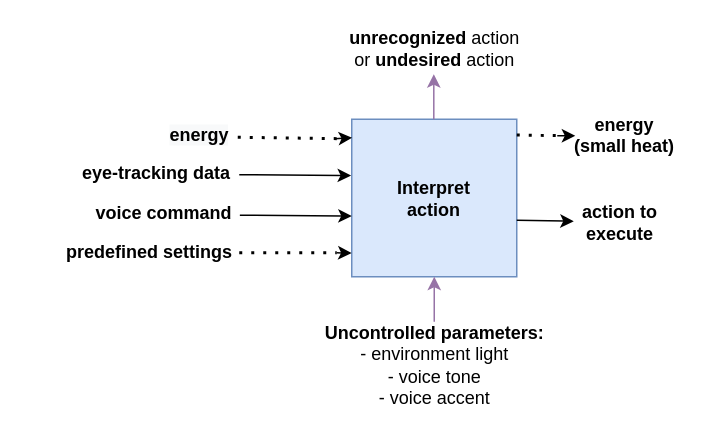
Before: MLMI10-Design_Intelligent_Interactive_Systems/diagrams_drawio/Ind_function_decomp.drawio in AlejandroSantorum/MPhil_MLMI_Cambridge, a draw.io diagram. Source tidied: cells renumbered, new cells numbered last; positions are measured from the earlier drawing's top-left corner, leaving out a move shared by most shapes. Both pictures are drawn from the tidied source at 150%, with x=0, y=0 at pixel (63, 26).
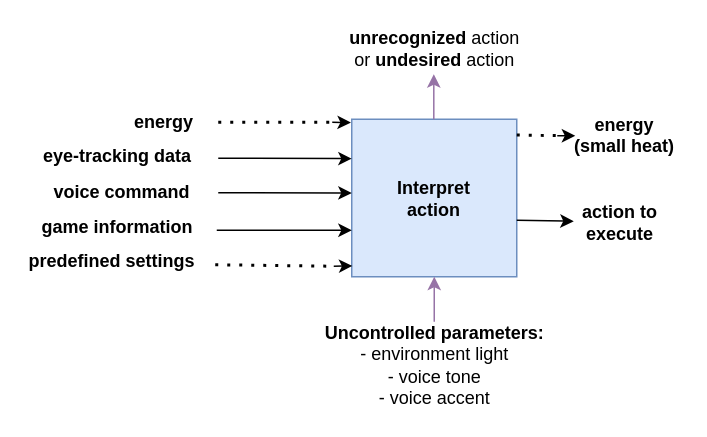
The same page after the edit.

The change refers to these unchanged cells:
```xml
<mxCell id="2" value="&lt;b&gt;Interpret&lt;br&gt;action&lt;/b&gt;" style="rounded=0;whiteSpace=wrap;html=1;fillColor=#dae8fc;strokeColor=#6c8ebf;" parent="1" vertex="1">
  <mxGeometry x="192" y="62" width="110" height="105" as="geometry" />
</mxCell>
```

Change to the diagram source:
```diff
@@
     <mxCell id="3" value="&lt;b&gt;eye-tracking data&lt;/b&gt;" style="text;html=1;strokeColor=none;fillColor=none;align=center;verticalAlign=middle;whiteSpace=wrap;rounded=0;" parent="1" vertex="1">
-      <mxGeometry x="7" y="83" width="110" height="30" as="geometry" />
+      <mxGeometry x="-19" y="72" width="110" height="30" as="geometry" />
     </mxCell>
     <mxCell id="4" value="&lt;b&gt;voice command&lt;/b&gt;" style="text;html=1;strokeColor=none;fillColor=none;align=center;verticalAlign=middle;whiteSpace=wrap;rounded=0;" parent="1" vertex="1">
-      <mxGeometry x="17" y="110" width="100" height="30" as="geometry" />
+      <mxGeometry x="-11" y="96" width="100" height="30" as="geometry" />
     </mxCell>
@@
-    <mxCell id="7" value="&lt;b style=&quot;color: rgb(0 , 0 , 0) ; font-family: &amp;#34;helvetica&amp;#34; ; font-size: 12px ; font-style: normal ; letter-spacing: normal ; text-align: center ; text-indent: 0px ; text-transform: none ; word-spacing: 0px ; background-color: rgb(248 , 249 , 250)&quot;&gt;energy&lt;br&gt;&lt;/b&gt;" style="text;whiteSpace=wrap;html=1;" parent="1" vertex="1">
-      <mxGeometry x="69" y="59" width="48" height="28" as="geometry" />
-    </mxCell>
     <mxCell id="8" value="&lt;div style=&quot;text-align: center&quot;&gt;&lt;span&gt;&lt;font face=&quot;helvetica&quot;&gt;&lt;b&gt;predefined settings&lt;/b&gt;&lt;/font&gt;&lt;/span&gt;&lt;/div&gt;" style="text;whiteSpace=wrap;html=1;" parent="1" vertex="1">
-      <mxGeometry y="137" width="119" height="28" as="geometry" />
+      <mxGeometry x="-25" y="143" width="119" height="28" as="geometry" />
     </mxCell>
     <mxCell id="9" style="endArrow=none;dashed=1;html=1;dashPattern=1 3;strokeWidth=2;rounded=0;" parent="1" edge="1">
       <mxGeometry relative="1" as="geometry">
-        <mxPoint x="116" y="74" as="sourcePoint" />
-        <mxPoint x="186" y="75" as="targetPoint" />
+        <mxPoint x="103" y="64" as="sourcePoint" />
+        <mxPoint x="178" y="64" as="targetPoint" />
       </mxGeometry>
     </mxCell>
-    <mxCell id="10" style="endArrow=classic;html=1;rounded=0;entryX=-0.004;entryY=0.357;entryDx=0;entryDy=0;entryPerimeter=0;" parent="1" edge="1" target="2">
+    <mxCell id="10" style="endArrow=classic;html=1;rounded=0;entryX=0;entryY=0.25;entryDx=0;entryDy=0;" parent="1" edge="1" target="2">
       <mxGeometry relative="1" as="geometry">
-        <mxPoint x="117" y="99" as="sourcePoint" />
+        <mxPoint x="103" y="88" as="sourcePoint" />
       </mxGeometry>
     </mxCell>
-    <mxCell id="11" style="endArrow=classic;html=1;rounded=0;entryX=-0.004;entryY=0.357;entryDx=0;entryDy=0;entryPerimeter=0;" parent="1" edge="1">
+    <mxCell id="11" style="endArrow=classic;html=1;rounded=0;entryX=0;entryY=0.468;entryDx=0;entryDy=0;entryPerimeter=0;" parent="1" edge="1" target="2">
       <mxGeometry relative="1" as="geometry">
-        <mxPoint x="117.4" y="126" as="sourcePoint" />
-        <mxPoint x="192" y="126.5" as="targetPoint" />
+        <mxPoint x="103" y="111" as="sourcePoint" />
       </mxGeometry>
     </mxCell>
-    <mxCell id="12" style="endArrow=classic;html=1;rounded=0;entryX=0.002;entryY=0.118;entryDx=0;entryDy=0;entryPerimeter=0;" parent="1" edge="1" target="2">
+    <mxCell id="12" style="endArrow=classic;html=1;rounded=0;entryX=-0.005;entryY=0.021;entryDx=0;entryDy=0;entryPerimeter=0;" parent="1" edge="1" target="2">
       <mxGeometry relative="1" as="geometry">
-        <mxPoint x="181" y="75" as="sourcePoint" />
+        <mxPoint x="179" y="64" as="sourcePoint" />
       </mxGeometry>
     </mxCell>
     <mxCell id="13" style="endArrow=none;dashed=1;html=1;dashPattern=1 3;strokeWidth=2;rounded=0;" parent="1" edge="1">
       <mxGeometry relative="1" as="geometry">
-        <mxPoint x="117" y="151" as="sourcePoint" />
-        <mxPoint x="182" y="151" as="targetPoint" />
+        <mxPoint x="101" y="159" as="sourcePoint" />
+        <mxPoint x="180" y="160" as="targetPoint" />
       </mxGeometry>
     </mxCell>
-    <mxCell id="14" style="endArrow=classic;html=1;rounded=0;entryX=-0.001;entryY=0.85;entryDx=0;entryDy=0;entryPerimeter=0;" parent="1" edge="1" target="2">
+    <mxCell id="14" style="endArrow=classic;html=1;rounded=0;entryX=0.004;entryY=0.931;entryDx=0;entryDy=0;entryPerimeter=0;" parent="1" edge="1" target="2">
       <mxGeometry relative="1" as="geometry">
-        <mxPoint x="182" y="151" as="sourcePoint" />
+        <mxPoint x="180" y="160" as="sourcePoint" />
       </mxGeometry>
     </mxCell>
@@
+    <mxCell id="22" value="&lt;b&gt;game information&lt;/b&gt;" style="text;html=1;strokeColor=none;fillColor=none;align=center;verticalAlign=middle;whiteSpace=wrap;rounded=0;" parent="1" vertex="1">
+      <mxGeometry x="-17" y="119" width="106" height="30" as="geometry" />
+    </mxCell>
+    <mxCell id="7" value="&lt;b&gt;energy&lt;/b&gt;" style="text;html=1;strokeColor=none;fillColor=none;align=center;verticalAlign=middle;whiteSpace=wrap;rounded=0;" parent="1" vertex="1">
+      <mxGeometry x="45" y="49" width="44" height="30" as="geometry" />
+    </mxCell>
+    <mxCell id="23" style="endArrow=classic;html=1;rounded=0;" parent="1" edge="1">
+      <mxGeometry relative="1" as="geometry">
+        <mxPoint x="102" y="136" as="sourcePoint" />
+        <mxPoint x="192" y="136" as="targetPoint" />
+      </mxGeometry>
+    </mxCell>
```
